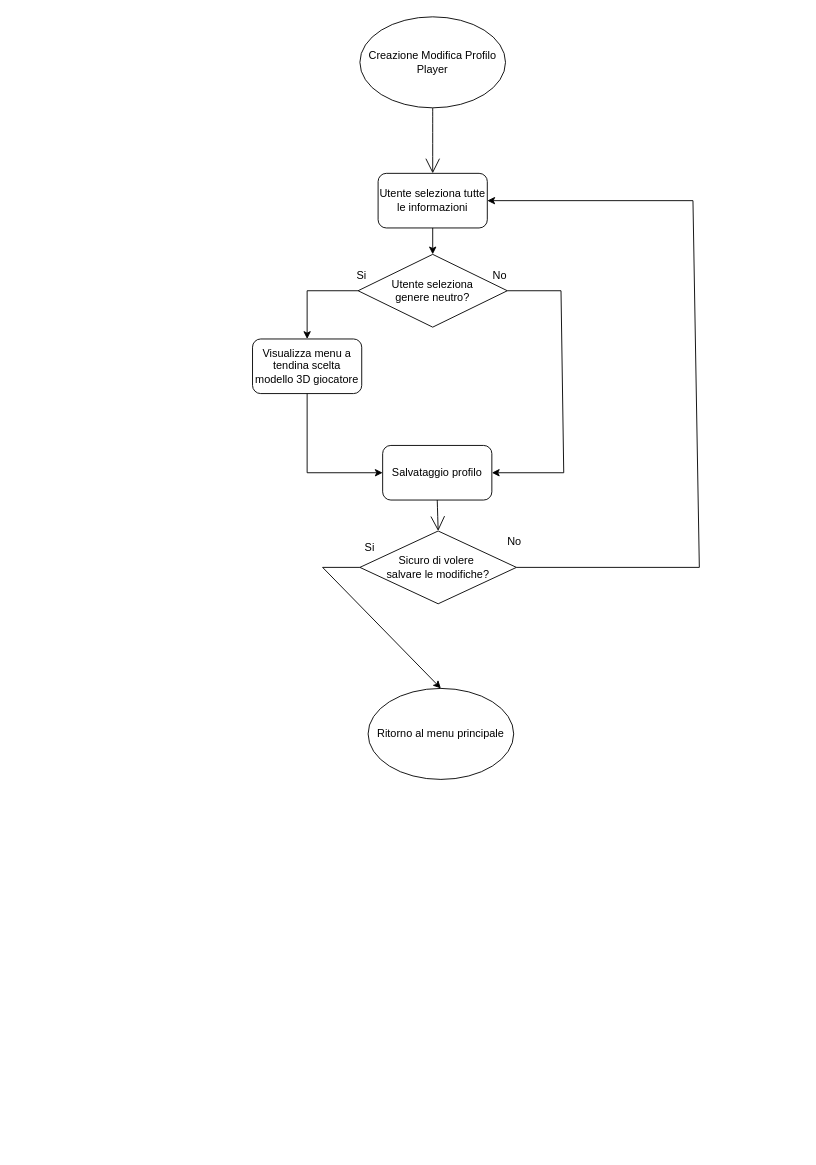
Before: doc/Progetti Drawio/FlowChart/FlowchartCreazioneProfiloUtente.drawio in zSavT/Healthy-Catering, a draw.io diagram. Source tidied: cells renumbered, new cells numbered last; positions are measured from the earlier drawing's top-left corner, leaving out a move shared by most shapes. Both pictures are drawn from the tidied source at 91%, with x=0, y=0 at pixel (252, 16).
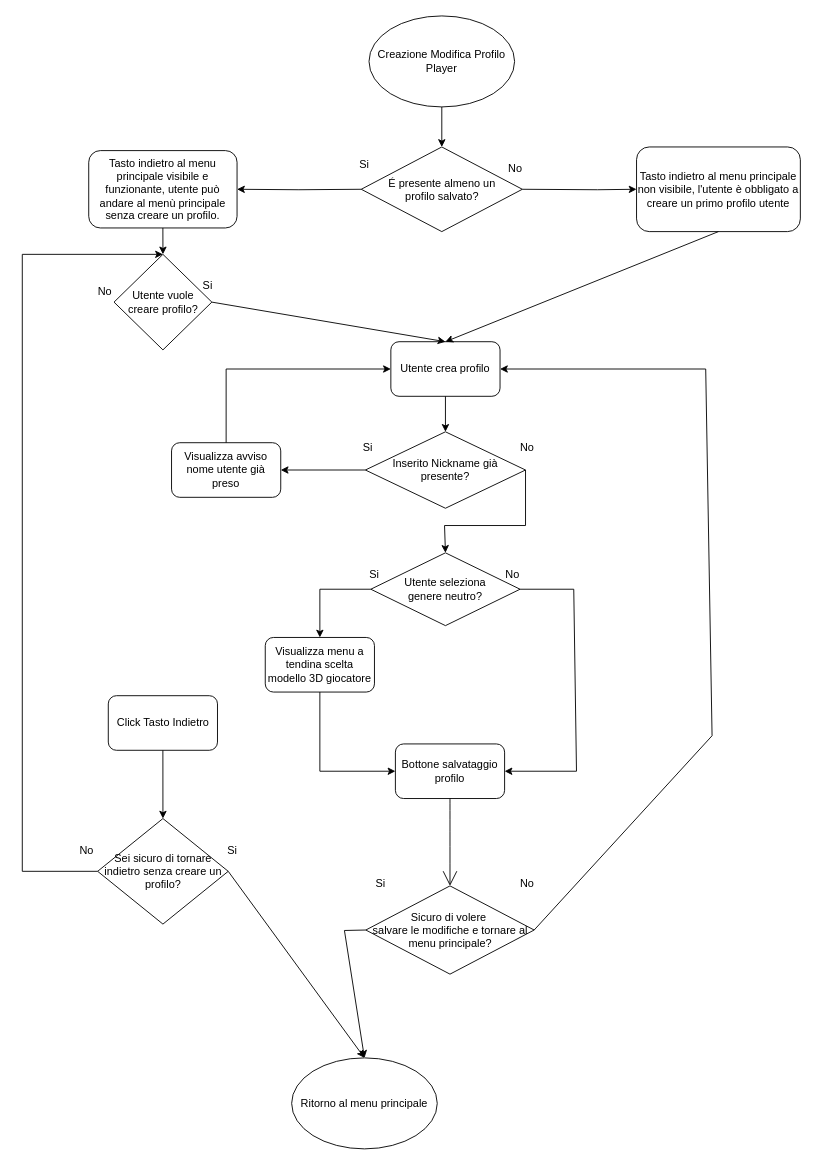
After the change.

Commit message (it also covers changes not shown here):
Aggiornati schemi flowchart creazione/selelezione e modifica profilo

The edit, as a diff of the source:
```diff
@@
-    <mxCell id="2" style="edgeStyle=none;curved=1;rounded=0;jettySize=auto;html=1;endArrow=open;startSize=14;endSize=14;sourcePerimeterSpacing=8;targetPerimeterSpacing=8;entryX=0.5;entryY=0;entryDx=0;entryDy=0;exitX=0.5;exitY=1;exitDx=0;exitDy=0;" parent="1" edge="1" source="3" target="5">
-      <mxGeometry relative="1" as="geometry" />
-    </mxCell>
     <mxCell id="3" value="Creazione Modifica Profilo Player" style="ellipse;whiteSpace=wrap;html=1;hachureGap=4;" parent="1" vertex="1">
-      <mxGeometry x="118" width="160" height="100" as="geometry" />
+      <mxGeometry x="128" y="-1" width="160" height="100" as="geometry" />
     </mxCell>
     <mxCell id="4" value="Ritorno al menu principale" style="ellipse;whiteSpace=wrap;html=1;hachureGap=4;fontSize=12;" parent="1" vertex="1">
-      <mxGeometry x="127" y="738" width="160" height="100" as="geometry" />
+      <mxGeometry x="43" y="1144" width="160" height="100" as="geometry" />
     </mxCell>
-    <mxCell id="5" value="Utente seleziona tutte le informazioni" style="rounded=1;whiteSpace=wrap;html=1;" parent="1" vertex="1">
-      <mxGeometry x="138" y="172" width="120" height="60" as="geometry" />
+    <mxCell id="5" value="Utente crea profilo" style="rounded=1;whiteSpace=wrap;html=1;" parent="1" vertex="1">
+      <mxGeometry x="152" y="357" width="120" height="60" as="geometry" />
     </mxCell>
-    <mxCell id="6" value="Salvataggio profilo" style="rounded=1;whiteSpace=wrap;html=1;" parent="1" vertex="1">
-      <mxGeometry x="143" y="471" width="120" height="60" as="geometry" />
+    <mxCell id="6" value="Bottone salvataggio profilo" style="rounded=1;whiteSpace=wrap;html=1;" parent="1" vertex="1">
+      <mxGeometry x="157" y="799" width="120" height="60" as="geometry" />
     </mxCell>
     <mxCell id="7" value="Utente seleziona &lt;br&gt;genere neutro?" style="rhombus;whiteSpace=wrap;html=1;" parent="1" vertex="1">
-      <mxGeometry x="116" y="261" width="164" height="80" as="geometry" />
+      <mxGeometry x="130" y="589" width="164" height="80" as="geometry" />
     </mxCell>
-    <mxCell id="8" style="endArrow=classic;html=1;rounded=0;exitX=0.5;exitY=1;exitDx=0;exitDy=0;entryX=0.5;entryY=0;entryDx=0;entryDy=0;" parent="1" edge="1" source="5" target="7">
-      <mxGeometry relative="1" as="geometry" />
-    </mxCell>
     <mxCell id="9" value="Si" style="text;html=1;strokeColor=none;fillColor=none;align=center;verticalAlign=middle;whiteSpace=wrap;rounded=0;" parent="1" vertex="1">
-      <mxGeometry x="90" y="270" width="60" height="30" as="geometry" />
+      <mxGeometry x="104" y="598" width="60" height="30" as="geometry" />
     </mxCell>
     <mxCell id="10" value="No" style="text;html=1;strokeColor=none;fillColor=none;align=center;verticalAlign=middle;whiteSpace=wrap;rounded=0;" parent="1" vertex="1">
-      <mxGeometry x="242" y="270" width="60" height="30" as="geometry" />
+      <mxGeometry x="256" y="598" width="60" height="30" as="geometry" />
     </mxCell>
     <mxCell id="11" value="Visualizza menu a tendina scelta modello 3D giocatore" style="rounded=1;whiteSpace=wrap;html=1;" parent="1" vertex="1">
-      <mxGeometry y="354" width="120" height="60" as="geometry" />
+      <mxGeometry x="14" y="682" width="120" height="60" as="geometry" />
     </mxCell>
     <mxCell id="12" style="endArrow=classic;html=1;rounded=0;exitX=0;exitY=0.5;exitDx=0;exitDy=0;entryX=0.5;entryY=0;entryDx=0;entryDy=0;" parent="1" edge="1" source="7" target="11">
       <mxGeometry relative="1" as="geometry">
         <Array as="points">
-          <mxPoint x="60" y="301" />
+          <mxPoint x="74" y="629" />
         </Array>
       </mxGeometry>
     </mxCell>
-    <mxCell id="13" value="Sicuro di volere&amp;nbsp;&lt;br&gt;salvare le modifiche?" style="rhombus;whiteSpace=wrap;html=1;" parent="1" vertex="1">
-      <mxGeometry x="118" y="565" width="172" height="80" as="geometry" />
+    <mxCell id="13" value="Sicuro di volere&amp;nbsp;&lt;br&gt;salvare le modifiche e tornare al menu principale?" style="rhombus;whiteSpace=wrap;html=1;" parent="1" vertex="1">
+      <mxGeometry x="124.5" y="955" width="185" height="97" as="geometry" />
     </mxCell>
     <mxCell id="14" value="No" style="text;html=1;strokeColor=none;fillColor=none;align=center;verticalAlign=middle;whiteSpace=wrap;rounded=0;" parent="1" vertex="1">
-      <mxGeometry x="258" y="562" width="60" height="30" as="geometry" />
+      <mxGeometry x="272" y="938" width="60" height="30" as="geometry" />
     </mxCell>
     <mxCell id="15" value="Si" style="text;html=1;strokeColor=none;fillColor=none;align=center;verticalAlign=middle;whiteSpace=wrap;rounded=0;" parent="1" vertex="1">
-      <mxGeometry x="99" y="568" width="60" height="30" as="geometry" />
+      <mxGeometry x="111" y="938" width="60" height="30" as="geometry" />
     </mxCell>
     <mxCell id="16" style="endArrow=classic;html=1;rounded=0;exitX=1;exitY=0.5;exitDx=0;exitDy=0;entryX=1;entryY=0.5;entryDx=0;entryDy=0;" parent="1" edge="1" source="7" target="6">
       <mxGeometry relative="1" as="geometry">
         <Array as="points">
-          <mxPoint x="339" y="301" />
-          <mxPoint x="342" y="501" />
+          <mxPoint x="353" y="629" />
+          <mxPoint x="356" y="829" />
         </Array>
       </mxGeometry>
     </mxCell>
     <mxCell id="17" style="endArrow=classic;html=1;rounded=0;exitX=0.5;exitY=1;exitDx=0;exitDy=0;entryX=0;entryY=0.5;entryDx=0;entryDy=0;" parent="1" edge="1" source="11" target="6">
       <mxGeometry relative="1" as="geometry">
         <Array as="points">
-          <mxPoint x="60" y="501" />
+          <mxPoint x="74" y="829" />
         </Array>
       </mxGeometry>
     </mxCell>
-    <mxCell id="18" style="endArrow=classic;html=1;rounded=0;exitX=0;exitY=0.5;exitDx=0;exitDy=0;entryX=0.5;entryY=0;entryDx=0;entryDy=0;" parent="1" edge="1" source="13" target="4">
-      <mxGeometry relative="1" as="geometry">
-        <Array as="points">
-          <mxPoint x="77" y="605" />
-        </Array>
-      </mxGeometry>
-    </mxCell>
     <mxCell id="19" style="endArrow=classic;html=1;rounded=0;exitX=1;exitY=0.5;exitDx=0;exitDy=0;entryX=1;entryY=0.5;entryDx=0;entryDy=0;" parent="1" edge="1" source="13" target="5">
       <mxGeometry relative="1" as="geometry">
         <Array as="points">
-          <mxPoint x="491" y="605" />
-          <mxPoint x="484" y="202" />
+          <mxPoint x="505" y="790" />
+          <mxPoint x="498" y="387" />
         </Array>
       </mxGeometry>
     </mxCell>
@@
+    <mxCell id="21" value="Inserito Nickname già&lt;br&gt;presente?" style="rhombus;whiteSpace=wrap;html=1;" parent="1" vertex="1">
+      <mxGeometry x="124" y="456" width="176" height="84" as="geometry" />
+    </mxCell>
+    <mxCell id="22" value="Visualizza avviso nome utente già preso" style="rounded=1;whiteSpace=wrap;html=1;" parent="1" vertex="1">
+      <mxGeometry x="-89" y="468" width="120" height="60" as="geometry" />
+    </mxCell>
+    <mxCell id="23" style="endArrow=classic;html=1;rounded=0;exitX=0;exitY=0.5;exitDx=0;exitDy=0;entryX=1;entryY=0.5;entryDx=0;entryDy=0;" parent="1" edge="1" source="21" target="22">
+      <mxGeometry relative="1" as="geometry" />
+    </mxCell>
+    <mxCell id="24" style="endArrow=classic;html=1;rounded=0;exitX=0.5;exitY=1;exitDx=0;exitDy=0;entryX=0.5;entryY=0;entryDx=0;entryDy=0;" parent="1" edge="1" source="5" target="21">
+      <mxGeometry relative="1" as="geometry" />
+    </mxCell>
+    <mxCell id="25" value="Si" style="text;html=1;strokeColor=none;fillColor=none;align=center;verticalAlign=middle;whiteSpace=wrap;rounded=0;" parent="1" vertex="1">
+      <mxGeometry x="97" y="459" width="60" height="30" as="geometry" />
+    </mxCell>
+    <mxCell id="26" value="No" style="text;html=1;strokeColor=none;fillColor=none;align=center;verticalAlign=middle;whiteSpace=wrap;rounded=0;" parent="1" vertex="1">
+      <mxGeometry x="272" y="459" width="60" height="30" as="geometry" />
+    </mxCell>
+    <mxCell id="27" style="endArrow=classic;html=1;rounded=0;exitX=1;exitY=0.5;exitDx=0;exitDy=0;entryX=0.5;entryY=0;entryDx=0;entryDy=0;" parent="1" edge="1" source="21" target="7">
+      <mxGeometry relative="1" as="geometry">
+        <Array as="points">
+          <mxPoint x="300" y="559" />
+          <mxPoint x="211" y="559" />
+        </Array>
+      </mxGeometry>
+    </mxCell>
+    <mxCell id="28" style="endArrow=classic;html=1;rounded=0;exitX=0.5;exitY=0;exitDx=0;exitDy=0;entryX=0;entryY=0.5;entryDx=0;entryDy=0;" parent="1" edge="1" source="22" target="5">
+      <mxGeometry relative="1" as="geometry">
+        <Array as="points">
+          <mxPoint x="-29" y="387" />
+        </Array>
+      </mxGeometry>
+    </mxCell>
+    <mxCell id="29" value="É presente almeno un &lt;br&gt;profilo salvato?" style="rhombus;whiteSpace=wrap;html=1;" parent="1" vertex="1">
+      <mxGeometry x="119.5" y="143" width="177" height="93" as="geometry" />
+    </mxCell>
+    <mxCell id="30" value="Si" style="text;html=1;strokeColor=none;fillColor=none;align=center;verticalAlign=middle;whiteSpace=wrap;rounded=0;" parent="1" vertex="1">
+      <mxGeometry x="93" y="148" width="60" height="30" as="geometry" />
+    </mxCell>
+    <mxCell id="31" value="No" style="text;html=1;strokeColor=none;fillColor=none;align=center;verticalAlign=middle;whiteSpace=wrap;rounded=0;" parent="1" vertex="1">
+      <mxGeometry x="259" y="152" width="60" height="30" as="geometry" />
+    </mxCell>
+    <mxCell id="32" value="Tasto indietro al menu principale visibile e funzionante, utente può andare al menù principale senza creare un profilo." style="rounded=1;whiteSpace=wrap;html=1;" parent="1" vertex="1">
+      <mxGeometry x="-180" y="147" width="163" height="85" as="geometry" />
+    </mxCell>
+    <mxCell id="33" value="Tasto indietro al menu principale non visibile, l'utente è obbligato a creare un primo profilo utente" style="rounded=1;whiteSpace=wrap;html=1;" parent="1" vertex="1">
+      <mxGeometry x="422" y="143" width="180" height="93" as="geometry" />
+    </mxCell>
+    <mxCell id="34" style="endArrow=classic;html=1;rounded=0;exitX=0;exitY=0.5;exitDx=0;exitDy=0;entryX=1;entryY=0.5;entryDx=0;entryDy=0;" parent="1" edge="1" source="29" target="32">
+      <mxGeometry relative="1" as="geometry">
+        <Array as="points">
+          <mxPoint x="51" y="190" />
+        </Array>
+      </mxGeometry>
+    </mxCell>
+    <mxCell id="35" style="endArrow=classic;html=1;rounded=0;exitX=1;exitY=0.5;exitDx=0;exitDy=0;entryX=0;entryY=0.5;entryDx=0;entryDy=0;" parent="1" edge="1" source="29" target="33">
+      <mxGeometry relative="1" as="geometry">
+        <Array as="points">
+          <mxPoint x="379" y="190" />
+        </Array>
+      </mxGeometry>
+    </mxCell>
+    <mxCell id="36" style="endArrow=classic;html=1;rounded=0;exitX=0.5;exitY=1;exitDx=0;exitDy=0;entryX=0.5;entryY=0;entryDx=0;entryDy=0;" parent="1" edge="1" source="33" target="5">
+      <mxGeometry relative="1" as="geometry" />
+    </mxCell>
+    <mxCell id="18" style="endArrow=classic;html=1;rounded=0;exitX=0;exitY=0.5;exitDx=0;exitDy=0;entryX=0.5;entryY=0;entryDx=0;entryDy=0;" parent="1" edge="1" source="13" target="4">
+      <mxGeometry relative="1" as="geometry">
+        <Array as="points">
+          <mxPoint x="101" y="1004" />
+        </Array>
+      </mxGeometry>
+    </mxCell>
+    <mxCell id="37" style="endArrow=classic;html=1;rounded=0;exitX=0.5;exitY=1;exitDx=0;exitDy=0;entryX=0.5;entryY=0;entryDx=0;entryDy=0;" parent="1" edge="1" source="3" target="29">
+      <mxGeometry relative="1" as="geometry" />
+    </mxCell>
+    <mxCell id="38" style="endArrow=classic;html=1;rounded=0;exitX=0.5;exitY=1;exitDx=0;exitDy=0;entryX=0.5;entryY=0;entryDx=0;entryDy=0;" parent="1" edge="1" source="32" target="39">
+      <mxGeometry relative="1" as="geometry" />
+    </mxCell>
+    <mxCell id="39" value="Utente vuole &lt;br&gt;creare profilo?" style="rhombus;whiteSpace=wrap;html=1;" parent="1" vertex="1">
+      <mxGeometry x="-152.2" y="261" width="107.5" height="105" as="geometry" />
+    </mxCell>
+    <mxCell id="40" value="Si" style="text;html=1;strokeColor=none;fillColor=none;align=center;verticalAlign=middle;whiteSpace=wrap;rounded=0;" parent="1" vertex="1">
+      <mxGeometry x="-79" y="281" width="60" height="30" as="geometry" />
+    </mxCell>
+    <mxCell id="41" style="endArrow=classic;html=1;rounded=0;exitX=1;exitY=0.5;exitDx=0;exitDy=0;entryX=0.5;entryY=0;entryDx=0;entryDy=0;" parent="1" edge="1" source="39" target="5">
+      <mxGeometry relative="1" as="geometry" />
+    </mxCell>
+    <mxCell id="42" value="No" style="text;html=1;strokeColor=none;fillColor=none;align=center;verticalAlign=middle;whiteSpace=wrap;rounded=0;" parent="1" vertex="1">
+      <mxGeometry x="-192" y="287" width="60" height="30" as="geometry" />
+    </mxCell>
+    <mxCell id="43" value="Click Tasto Indietro" style="rounded=1;whiteSpace=wrap;html=1;" parent="1" vertex="1">
+      <mxGeometry x="-158.5" y="746" width="120" height="60" as="geometry" />
+    </mxCell>
+    <mxCell id="44" value="Sei sicuro di tornare indietro senza creare un profilo?" style="rhombus;whiteSpace=wrap;html=1;" parent="1" vertex="1">
+      <mxGeometry x="-170.2" y="881" width="143.5" height="116" as="geometry" />
+    </mxCell>
+    <mxCell id="45" value="Si" style="text;html=1;strokeColor=none;fillColor=none;align=center;verticalAlign=middle;whiteSpace=wrap;rounded=0;" parent="1" vertex="1">
+      <mxGeometry x="-52" y="902" width="60" height="30" as="geometry" />
+    </mxCell>
+    <mxCell id="46" value="No" style="text;html=1;strokeColor=none;fillColor=none;align=center;verticalAlign=middle;whiteSpace=wrap;rounded=0;" parent="1" vertex="1">
+      <mxGeometry x="-212.2" y="902" width="60" height="30" as="geometry" />
+    </mxCell>
+    <mxCell id="47" style="endArrow=classic;html=1;rounded=0;exitX=0.5;exitY=1;exitDx=0;exitDy=0;entryX=0.5;entryY=0;entryDx=0;entryDy=0;" parent="1" edge="1" source="43" target="44">
+      <mxGeometry relative="1" as="geometry" />
+    </mxCell>
+    <mxCell id="48" style="endArrow=classic;html=1;rounded=0;exitX=0;exitY=0.5;exitDx=0;exitDy=0;entryX=0.5;entryY=0;entryDx=0;entryDy=0;" parent="1" edge="1" source="44" target="39">
+      <mxGeometry relative="1" as="geometry">
+        <Array as="points">
+          <mxPoint x="-253" y="939" />
+          <mxPoint x="-253" y="261" />
+        </Array>
+      </mxGeometry>
+    </mxCell>
+    <mxCell id="49" style="endArrow=classic;html=1;rounded=0;exitX=1;exitY=0.5;exitDx=0;exitDy=0;entryX=0.5;entryY=0;entryDx=0;entryDy=0;" parent="1" edge="1" source="44" target="4">
+      <mxGeometry relative="1" as="geometry" />
+    </mxCell>
```
